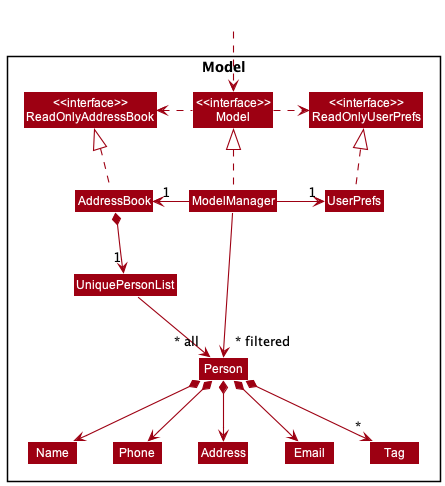
The PlantUML diagram docs/images/ModelClassDiagram.png in nus-cs2103-AY2223S1/tp, before a commit.
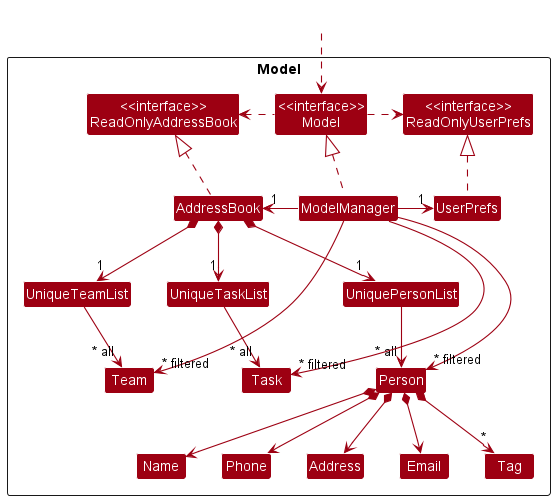
Later version of the same file.

Commit message:
Update Model class diagram

The edit, as a diff of the source:
```diff
@@ -20,6 +20,11 @@
 Class Phone
 Class Tag
 
+Class UniqueTeamList
+Class Team
+
+Class UniqueTaskList
+Class Task
 }
 
 Class HiddenOutside #FFFFFF
@@ -42,9 +47,17 @@
 Person *--> Address
 Person *--> "*" Tag
 
+AddressBook *-> "1" UniqueTeamList
+UniqueTeamList -> "~* all" Team
+
+AddressBook *-> "1" UniqueTaskList
+UniqueTaskList -> "~* all" Task
+
 Name -[hidden]right-> Phone
 Phone -[hidden]right-> Address
 Address -[hidden]right-> Email
 
 ModelManager -->"~* filtered" Person
+ModelManager --->"~* filtered" Team
+ModelManager --->"~* filtered" Task
 @enduml
```
